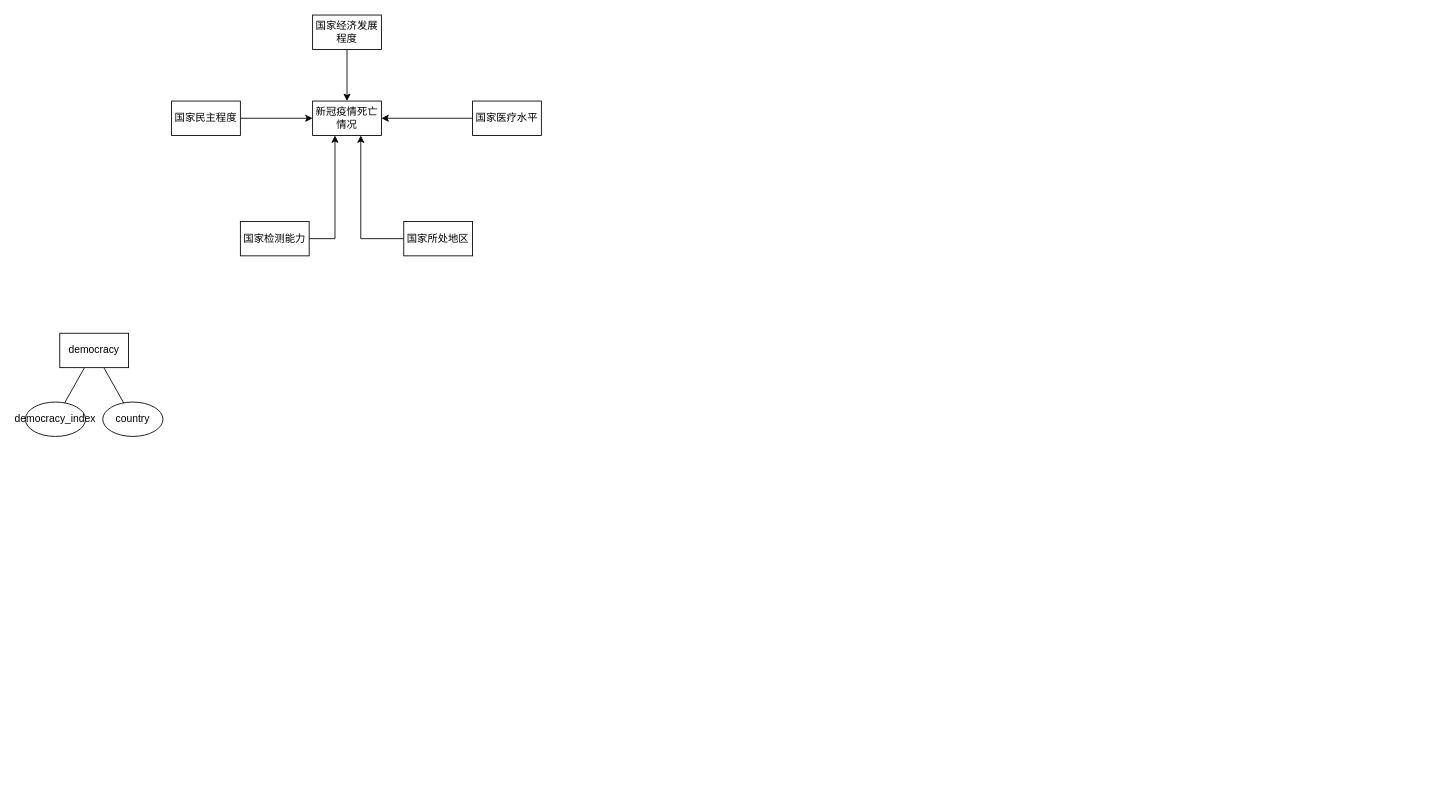
The draw.io diagram 数据仓库.drawio in jrsmith12138/diagrams, before the edit. Source tidied: cells renumbered, new cells numbered last; positions are measured from the earlier drawing's top-left corner, leaving out a move shared by most shapes. Both pictures are drawn from the tidied source at 86%, with x=0, y=0 at pixel (25, 15).
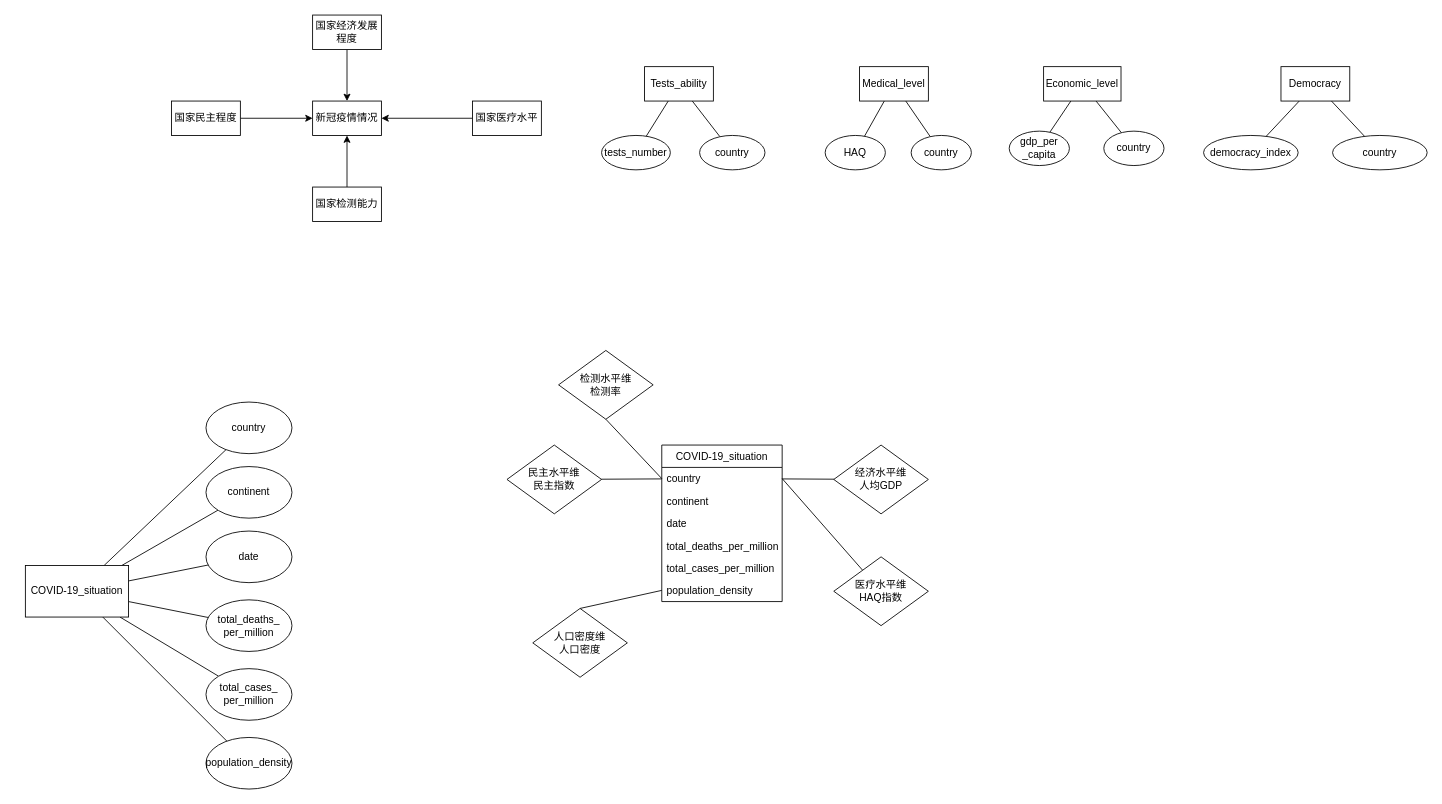
Above is the later version.

Change to the diagram source:
```diff
@@
-    <mxCell id="2" value="新冠疫情死亡情况" style="rounded=0;whiteSpace=wrap;html=1;" parent="1" vertex="1">
+    <mxCell id="2" value="新冠疫情情况" style="rounded=0;whiteSpace=wrap;html=1;" parent="1" vertex="1">
       <mxGeometry x="334" y="100" width="80" height="40" as="geometry" />
     </mxCell>
@@
-    <mxCell id="7" style="edgeStyle=orthogonalEdgeStyle;rounded=0;jettySize=auto;html=1;" parent="1" edge="1" source="8" target="2">
-      <mxGeometry relative="1" as="geometry">
-        <Array as="points">
-          <mxPoint x="390" y="260" />
-        </Array>
-      </mxGeometry>
-    </mxCell>
-    <mxCell id="8" value="国家所处地区" style="rounded=0;whiteSpace=wrap;html=1;" parent="1" vertex="1">
-      <mxGeometry x="440" y="240" width="80" height="40" as="geometry" />
-    </mxCell>
-    <mxCell id="9" style="edgeStyle=orthogonalEdgeStyle;rounded=0;jettySize=auto;html=1;" parent="1" edge="1" source="10" target="2">
-      <mxGeometry relative="1" as="geometry">
-        <Array as="points">
-          <mxPoint x="360" y="260" />
-        </Array>
-      </mxGeometry>
+    <mxCell id="9" style="edgeStyle=none;rounded=0;jettySize=auto;html=1;endArrow=classic;endFill=1;" parent="1" edge="1" source="10" target="2">
+      <mxGeometry relative="1" as="geometry" />
     </mxCell>
     <mxCell id="10" value="国家检测能力" style="rounded=0;whiteSpace=wrap;html=1;" parent="1" vertex="1">
-      <mxGeometry x="250" y="240" width="80" height="40" as="geometry" />
+      <mxGeometry x="334" y="200" width="80" height="40" as="geometry" />
     </mxCell>
@@
-    <mxCell id="15" value="democracy" style="rounded=0;whiteSpace=wrap;html=1;" parent="1" vertex="1">
-      <mxGeometry x="40" y="370" width="80" height="40" as="geometry" />
+    <mxCell id="15" value="Democracy" style="rounded=0;whiteSpace=wrap;html=1;" parent="1" vertex="1">
+      <mxGeometry x="1460" y="60" width="80" height="40" as="geometry" />
     </mxCell>
     <mxCell id="16" value="country" style="ellipse;whiteSpace=wrap;html=1;" parent="1" vertex="1">
-      <mxGeometry x="90" y="450" width="70" height="40" as="geometry" />
+      <mxGeometry x="1520" y="140" width="110" height="40" as="geometry" />
     </mxCell>
     <mxCell id="17" value="democracy_index" style="ellipse;whiteSpace=wrap;html=1;" parent="1" vertex="1">
-      <mxGeometry y="450" width="70" height="40" as="geometry" />
+      <mxGeometry x="1370" y="140" width="110" height="40" as="geometry" />
     </mxCell>
+    <mxCell id="18" style="edgeStyle=none;rounded=0;jettySize=auto;html=1;endArrow=none;endFill=0;" parent="1" edge="1" source="20" target="22">
+      <mxGeometry relative="1" as="geometry" />
+    </mxCell>
+    <mxCell id="19" style="edgeStyle=none;rounded=0;jettySize=auto;html=1;endArrow=none;endFill=0;" parent="1" edge="1" source="20" target="21">
+      <mxGeometry relative="1" as="geometry" />
+    </mxCell>
+    <mxCell id="20" value="Tests_ability" style="rounded=0;whiteSpace=wrap;html=1;" parent="1" vertex="1">
+      <mxGeometry x="720" y="60" width="80" height="40" as="geometry" />
+    </mxCell>
+    <mxCell id="21" value="country" style="ellipse;whiteSpace=wrap;html=1;" parent="1" vertex="1">
+      <mxGeometry x="784" y="140" width="76" height="40" as="geometry" />
+    </mxCell>
+    <mxCell id="22" value="tests_number" style="ellipse;whiteSpace=wrap;html=1;" parent="1" vertex="1">
+      <mxGeometry x="670" y="140" width="80" height="40" as="geometry" />
+    </mxCell>
+    <mxCell id="23" style="edgeStyle=none;rounded=0;jettySize=auto;html=1;endArrow=none;endFill=0;" parent="1" edge="1" source="25" target="27">
+      <mxGeometry relative="1" as="geometry" />
+    </mxCell>
+    <mxCell id="24" style="edgeStyle=none;rounded=0;jettySize=auto;html=1;endArrow=none;endFill=0;" parent="1" edge="1" source="25" target="26">
+      <mxGeometry relative="1" as="geometry" />
+    </mxCell>
+    <mxCell id="25" value="Medical_level" style="rounded=0;whiteSpace=wrap;html=1;" parent="1" vertex="1">
+      <mxGeometry x="970" y="60" width="80" height="40" as="geometry" />
+    </mxCell>
+    <mxCell id="26" value="country" style="ellipse;whiteSpace=wrap;html=1;" parent="1" vertex="1">
+      <mxGeometry x="1030" y="140" width="70" height="40" as="geometry" />
+    </mxCell>
+    <mxCell id="27" value="HAQ" style="ellipse;whiteSpace=wrap;html=1;" parent="1" vertex="1">
+      <mxGeometry x="930" y="140" width="70" height="40" as="geometry" />
+    </mxCell>
+    <mxCell id="28" style="edgeStyle=none;rounded=0;jettySize=auto;html=1;endArrow=none;endFill=0;" parent="1" edge="1" source="29" target="32">
+      <mxGeometry relative="1" as="geometry" />
+    </mxCell>
+    <mxCell id="29" value="Economic_level" style="rounded=0;whiteSpace=wrap;html=1;" parent="1" vertex="1">
+      <mxGeometry x="1184" y="60" width="90" height="40" as="geometry" />
+    </mxCell>
+    <mxCell id="30" style="edgeStyle=none;rounded=0;jettySize=auto;html=1;endArrow=none;endFill=0;" parent="1" edge="1" source="31" target="29">
+      <mxGeometry relative="1" as="geometry" />
+    </mxCell>
+    <mxCell id="31" value="&lt;div&gt;gdp_per&lt;/div&gt;&lt;div&gt;_capita&lt;/div&gt;" style="ellipse;whiteSpace=wrap;html=1;" parent="1" vertex="1">
+      <mxGeometry x="1144" y="135" width="70" height="40" as="geometry" />
+    </mxCell>
+    <mxCell id="32" value="country" style="ellipse;whiteSpace=wrap;html=1;" parent="1" vertex="1">
+      <mxGeometry x="1254" y="135" width="70" height="40" as="geometry" />
+    </mxCell>
+    <mxCell id="33" style="edgeStyle=none;rounded=0;jettySize=auto;html=1;endArrow=none;endFill=0;" parent="1" edge="1" source="39" target="40">
+      <mxGeometry relative="1" as="geometry" />
+    </mxCell>
+    <mxCell id="34" style="edgeStyle=none;rounded=0;jettySize=auto;html=1;endArrow=none;endFill=0;" parent="1" edge="1" source="39" target="43">
+      <mxGeometry relative="1" as="geometry" />
+    </mxCell>
+    <mxCell id="35" style="edgeStyle=none;rounded=0;jettySize=auto;html=1;endArrow=none;endFill=0;" parent="1" edge="1" source="39" target="41">
+      <mxGeometry relative="1" as="geometry" />
+    </mxCell>
+    <mxCell id="36" style="edgeStyle=none;rounded=0;jettySize=auto;html=1;endArrow=none;endFill=0;" parent="1" edge="1" source="39" target="42">
+      <mxGeometry relative="1" as="geometry" />
+    </mxCell>
+    <mxCell id="37" style="edgeStyle=none;rounded=0;jettySize=auto;html=1;endArrow=none;endFill=0;" parent="1" edge="1" source="39" target="44">
+      <mxGeometry relative="1" as="geometry" />
+    </mxCell>
+    <mxCell id="38" style="edgeStyle=none;rounded=0;jettySize=auto;html=1;endArrow=none;endFill=0;" parent="1" edge="1" source="39" target="45">
+      <mxGeometry relative="1" as="geometry" />
+    </mxCell>
+    <mxCell id="39" value="COVID-19_situation" style="rounded=0;whiteSpace=wrap;html=1;" parent="1" vertex="1">
+      <mxGeometry y="640" width="120" height="60" as="geometry" />
+    </mxCell>
+    <mxCell id="40" value="country" style="ellipse;whiteSpace=wrap;html=1;" parent="1" vertex="1">
+      <mxGeometry x="210" y="450" width="100" height="60" as="geometry" />
+    </mxCell>
+    <mxCell id="41" value="date" style="ellipse;whiteSpace=wrap;html=1;" parent="1" vertex="1">
+      <mxGeometry x="210" y="600" width="100" height="60" as="geometry" />
+    </mxCell>
+    <mxCell id="42" value="&lt;div&gt;total_deaths_&lt;/div&gt;&lt;div&gt;per_million&lt;/div&gt;" style="ellipse;whiteSpace=wrap;html=1;" parent="1" vertex="1">
+      <mxGeometry x="210" y="680" width="100" height="60" as="geometry" />
+    </mxCell>
+    <mxCell id="43" value="continent" style="ellipse;whiteSpace=wrap;html=1;" parent="1" vertex="1">
+      <mxGeometry x="210" y="525" width="100" height="60" as="geometry" />
+    </mxCell>
+    <mxCell id="44" value="&lt;div&gt;total_cases_&lt;/div&gt;&lt;div&gt;per_million&lt;/div&gt;" style="ellipse;whiteSpace=wrap;html=1;" parent="1" vertex="1">
+      <mxGeometry x="210" y="760" width="100" height="60" as="geometry" />
+    </mxCell>
+    <mxCell id="45" value="population_density" style="ellipse;whiteSpace=wrap;html=1;" parent="1" vertex="1">
+      <mxGeometry x="210" y="840" width="100" height="60" as="geometry" />
+    </mxCell>
+    <mxCell id="46" value="COVID-19_situation" style="swimlane;fontStyle=0;horizontal=1;startSize=26;fillColor=none;" parent="1" vertex="1">
+      <mxGeometry x="740" y="500" width="140" height="182" as="geometry" />
+    </mxCell>
+    <mxCell id="47" value="country" style="text;strokeColor=none;fillColor=none;align=left;verticalAlign=top;spacingLeft=4;spacingRight=4;overflow=hidden;points=[[0,0.5],[1,0.5]];portConstraint=eastwest;" parent="46" vertex="1">
+      <mxGeometry y="26" width="140" height="26" as="geometry" />
+    </mxCell>
+    <mxCell id="48" value="continent" style="text;strokeColor=none;fillColor=none;align=left;verticalAlign=top;spacingLeft=4;spacingRight=4;overflow=hidden;" parent="46" vertex="1">
+      <mxGeometry y="52" width="140" height="26" as="geometry" />
+    </mxCell>
+    <mxCell id="49" value="date" style="text;strokeColor=none;fillColor=none;align=left;verticalAlign=top;spacingLeft=4;spacingRight=4;overflow=hidden;" parent="46" vertex="1">
+      <mxGeometry y="78" width="140" height="26" as="geometry" />
+    </mxCell>
+    <mxCell id="50" value="total_deaths_per_million" style="text;strokeColor=none;fillColor=none;align=left;verticalAlign=top;spacingLeft=4;spacingRight=4;overflow=hidden;" parent="46" vertex="1">
+      <mxGeometry y="104" width="140" height="26" as="geometry" />
+    </mxCell>
+    <mxCell id="51" value="total_cases_per_million" style="text;strokeColor=none;fillColor=none;align=left;verticalAlign=top;spacingLeft=4;spacingRight=4;overflow=hidden;" parent="46" vertex="1">
+      <mxGeometry y="130" width="140" height="26" as="geometry" />
+    </mxCell>
+    <mxCell id="52" value="population_density" style="text;strokeColor=none;fillColor=none;align=left;verticalAlign=top;spacingLeft=4;spacingRight=4;overflow=hidden;points=[[0,0.5],[1,0.5]];portConstraint=eastwest;" parent="46" vertex="1">
+      <mxGeometry y="156" width="140" height="26" as="geometry" />
+    </mxCell>
+    <mxCell id="53" style="edgeStyle=none;rounded=0;jettySize=auto;html=1;endArrow=none;endFill=0;" parent="1" edge="1" source="54" target="47">
+      <mxGeometry relative="1" as="geometry" />
+    </mxCell>
+    <mxCell id="54" value="&lt;div&gt;经济水平维&lt;/div&gt;&lt;div&gt;人均GDP&lt;br&gt;&lt;/div&gt;" style="rhombus;whiteSpace=wrap;html=1;" parent="1" vertex="1">
+      <mxGeometry x="940" y="500" width="110" height="80" as="geometry" />
+    </mxCell>
+    <mxCell id="55" style="edgeStyle=none;rounded=0;jettySize=auto;html=1;entryX=1;entryY=0.5;entryDx=0;entryDy=0;endArrow=none;endFill=0;" parent="1" edge="1" source="56" target="47">
+      <mxGeometry relative="1" as="geometry" />
+    </mxCell>
+    <mxCell id="56" value="&lt;div&gt;医疗水平维&lt;/div&gt;&lt;div&gt;HAQ指数&lt;br&gt;&lt;/div&gt;" style="rhombus;whiteSpace=wrap;html=1;" parent="1" vertex="1">
+      <mxGeometry x="940" y="630" width="110" height="80" as="geometry" />
+    </mxCell>
+    <mxCell id="57" style="edgeStyle=none;rounded=0;jettySize=auto;html=1;entryX=0;entryY=0.5;entryDx=0;entryDy=0;endArrow=none;endFill=0;exitX=0.5;exitY=1;exitDx=0;exitDy=0;" parent="1" edge="1" source="58" target="47">
+      <mxGeometry relative="1" as="geometry" />
+    </mxCell>
+    <mxCell id="58" value="&lt;div&gt;检测水平维&lt;/div&gt;&lt;div&gt;检测率&lt;br&gt;&lt;/div&gt;" style="rhombus;whiteSpace=wrap;html=1;" parent="1" vertex="1">
+      <mxGeometry x="620" y="390" width="110" height="80" as="geometry" />
+    </mxCell>
+    <mxCell id="59" style="edgeStyle=none;rounded=0;jettySize=auto;html=1;endArrow=none;endFill=0;" parent="1" edge="1" source="60" target="47">
+      <mxGeometry relative="1" as="geometry" />
+    </mxCell>
+    <mxCell id="60" value="&lt;div&gt;民主水平维&lt;/div&gt;&lt;div&gt;民主指数&lt;br&gt;&lt;/div&gt;" style="rhombus;whiteSpace=wrap;html=1;" parent="1" vertex="1">
+      <mxGeometry x="560" y="500" width="110" height="80" as="geometry" />
+    </mxCell>
+    <mxCell id="61" style="edgeStyle=none;rounded=0;jettySize=auto;html=1;entryX=0;entryY=0.5;entryDx=0;entryDy=0;endArrow=none;endFill=0;exitX=0.5;exitY=0;exitDx=0;exitDy=0;" parent="1" edge="1" source="62" target="52">
+      <mxGeometry relative="1" as="geometry" />
+    </mxCell>
+    <mxCell id="62" value="&lt;div&gt;人口密度维&lt;/div&gt;&lt;div&gt;人口密度&lt;br&gt;&lt;/div&gt;" style="rhombus;whiteSpace=wrap;html=1;" parent="1" vertex="1">
+      <mxGeometry x="590" y="690" width="110" height="80" as="geometry" />
+    </mxCell>
```
